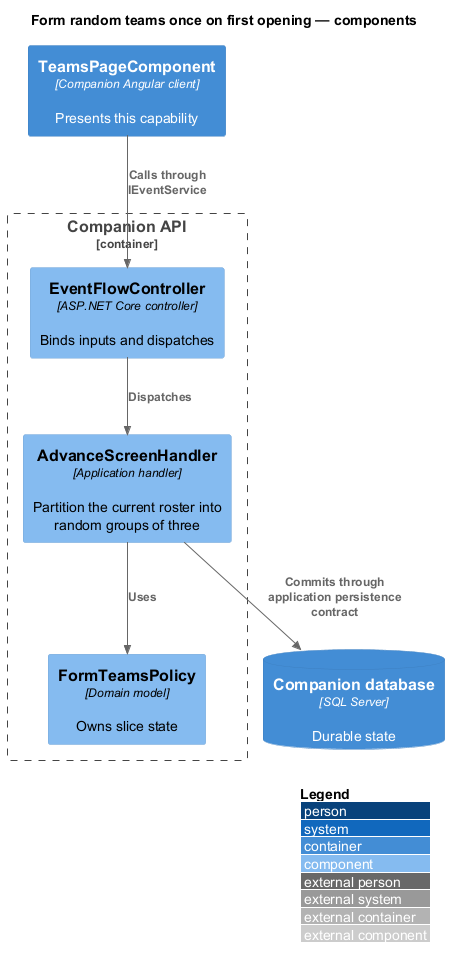
QuinntyneBrown/faithtech-toronto-ai-build-event keeps this PlantUML diagram as docs/detailed-designs/projects-teams/form-teams-once/diagrams/c4-component.png. Above is the earlier version. The source it was exported from:
```plantuml
@startuml
!include <C4/C4_Component>
LAYOUT_WITH_LEGEND()
title Form random teams once on first opening — components
Container(client, "TeamsPageComponent", "Companion Angular client", "Presents this capability")
Container_Boundary(api, "Companion API") {
Component(entry, "EventFlowController", "ASP.NET Core controller", "Binds inputs and dispatches")
Component(handler, "AdvanceScreenHandler", "Application handler", "Partition the current roster into random groups of three")
Component(entity, "FormTeamsPolicy", "Domain model", "Owns slice state")
}
ContainerDb(db, "Companion database", "SQL Server", "Durable state")
Rel(client, entry, "Calls through IEventService")
Rel(entry, handler, "Dispatches")
Rel(handler, entity, "Uses")
Rel(handler, db, "Commits through application persistence contract")
@enduml
```
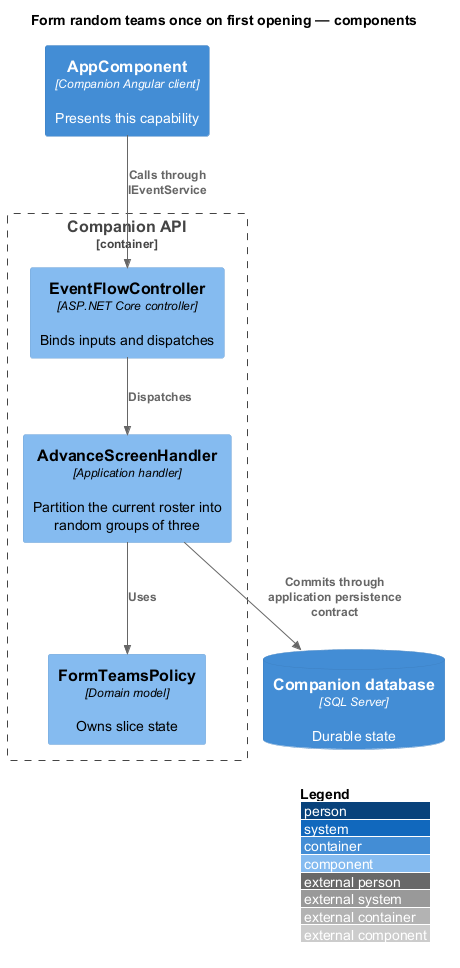
Above is the later version.

What changed in the source:
```diff
@@ -2,7 +2,7 @@
 !include <C4/C4_Component>
 LAYOUT_WITH_LEGEND()
 title Form random teams once on first opening — components
-Container(client, "TeamsPageComponent", "Companion Angular client", "Presents this capability")
+Container(client, "AppComponent", "Companion Angular client", "Presents this capability")
 Container_Boundary(api, "Companion API") {
 Component(entry, "EventFlowController", "ASP.NET Core controller", "Binds inputs and dispatches")
 Component(handler, "AdvanceScreenHandler", "Application handler", "Partition the current roster into random groups of three")
```
